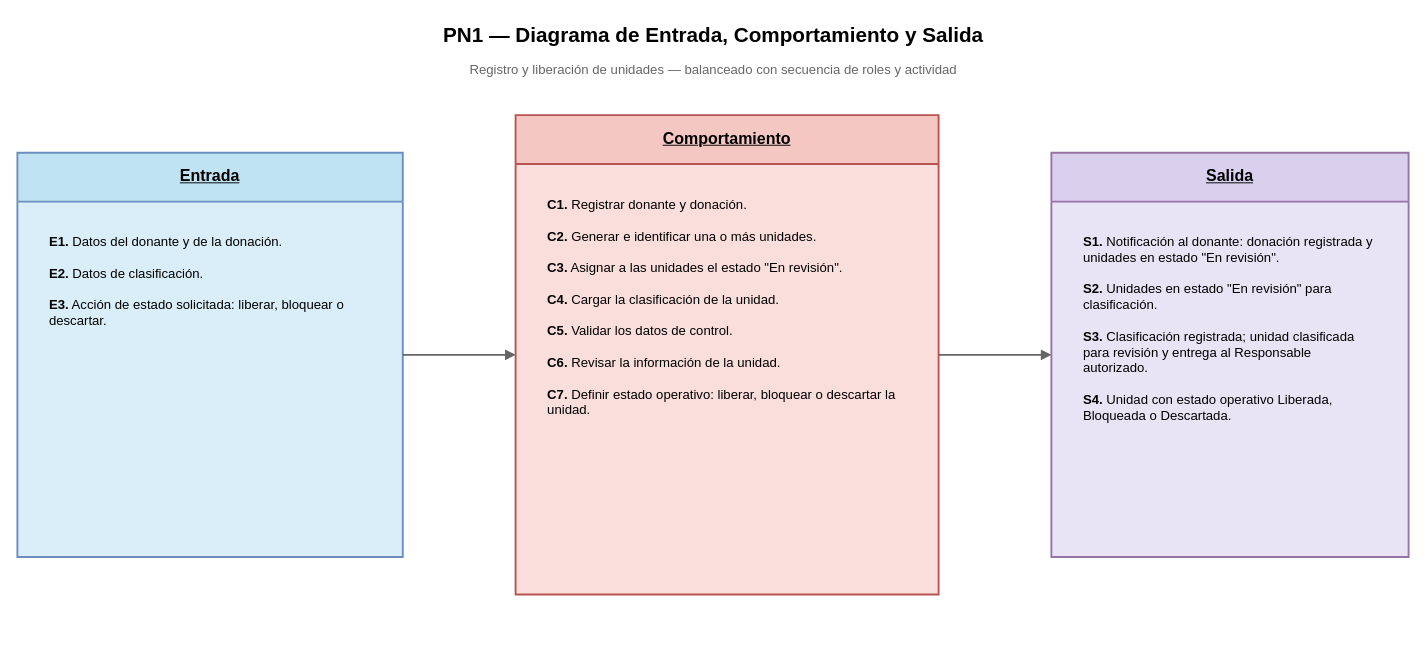
This is Diagramas/Secuencia de Roles/PN1_DiagramaEntradaComportamientoSalida.drawio from juanNH/Ingenieria-de-Software, a draw.io file, before an edit. Source tidied: cells renumbered, new cells numbered last; positions are measured from the earlier drawing's top-left corner, leaving out a move shared by most shapes. Both pictures are drawn from the tidied source at 94%, with x=0, y=0 at pixel (17, 16).
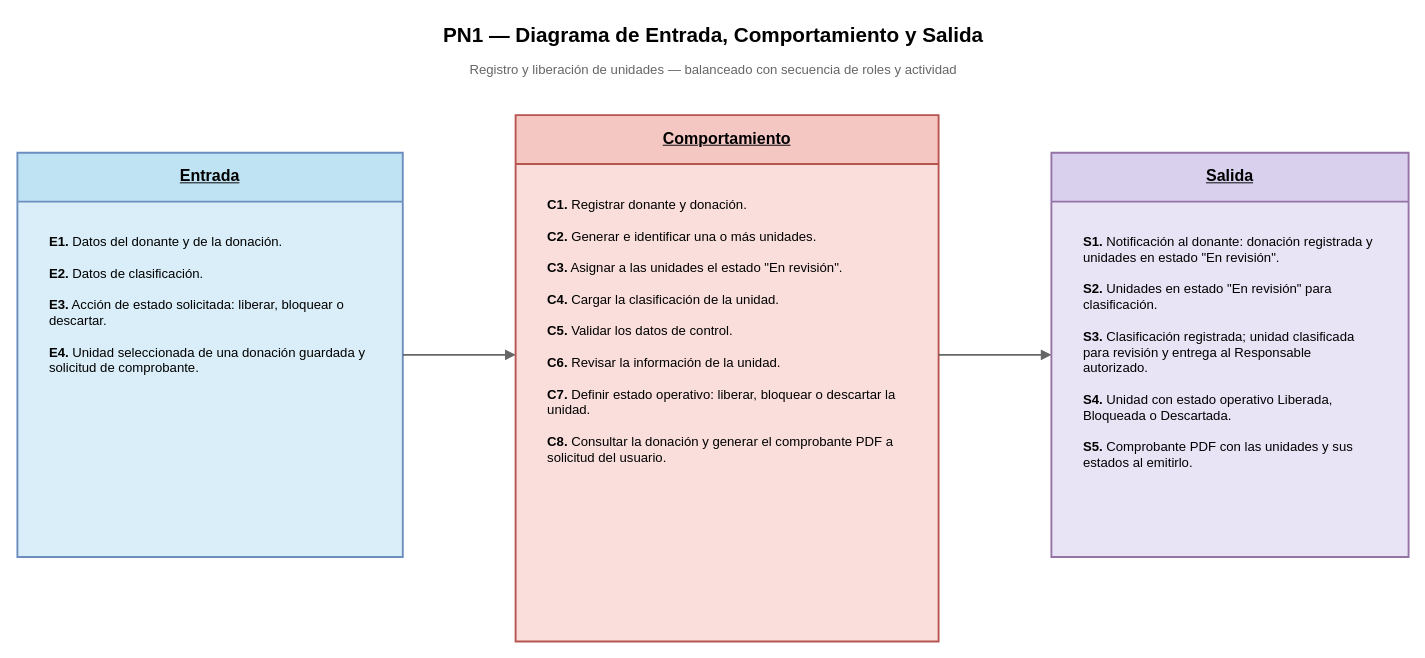
The same page after the edit.

The edit, as a diff of the source:
```diff
@@
 <mxGraphModel>
   <root>
     <mxCell id="0" />
     <mxCell id="1" parent="0" />
     <mxCell id="2" value="PN1 — Diagrama de Entrada, Comportamiento y Salida" style="text;html=1;strokeColor=none;fillColor=none;fontStyle=1;fontSize=22;align=center;verticalAlign=middle;fontFamily=Arial;" parent="1" vertex="1">
       <mxGeometry x="190" width="1100" height="42" as="geometry" />
     </mxCell>
     <mxCell id="3" value="Registro y liberación de unidades — balanceado con secuencia de roles y actividad" style="text;html=1;strokeColor=none;fillColor=none;fontSize=14;align=center;verticalAlign=middle;fontColor=#666666;fontFamily=Arial;" parent="1" vertex="1">
       <mxGeometry x="190" y="43" width="1100" height="28" as="geometry" />
     </mxCell>
     <mxCell id="4" value="&lt;b&gt;&lt;u&gt;Entrada&lt;/u&gt;&lt;/b&gt;" style="swimlane;horizontal=1;startSize=52;whiteSpace=wrap;html=1;rounded=0;fillColor=#bfe3f2;swimlaneFillColor=#d9eef8;strokeColor=#6c8ebf;strokeWidth=2;fontSize=17;fontFamily=Arial;align=center;verticalAlign=middle;" parent="1" vertex="1">
       <mxGeometry y="145" width="410" height="430" as="geometry" />
     </mxCell>
-    <mxCell id="5" value="&lt;b&gt;E1.&lt;/b&gt; Datos del donante y de la donación.&lt;br&gt;&lt;br&gt;&lt;b&gt;E2.&lt;/b&gt; Datos de clasificación.&lt;br&gt;&lt;br&gt;&lt;b&gt;E3.&lt;/b&gt; Acción de estado solicitada: liberar, bloquear o descartar." style="text;html=1;strokeColor=none;fillColor=none;whiteSpace=wrap;fontSize=14;fontFamily=Arial;align=left;verticalAlign=top;spacingLeft=12;spacingRight=12;spacingTop=10;" parent="1" vertex="1">
+    <mxCell id="5" value="&lt;b&gt;E1.&lt;/b&gt; Datos del donante y de la donación.&lt;br&gt;&lt;br&gt;&lt;b&gt;E2.&lt;/b&gt; Datos de clasificación.&lt;br&gt;&lt;br&gt;&lt;b&gt;E3.&lt;/b&gt; Acción de estado solicitada: liberar, bloquear o descartar.&lt;br&gt;&lt;br&gt;&lt;b&gt;E4.&lt;/b&gt; Unidad seleccionada de una donación guardada y solicitud de comprobante." style="text;html=1;strokeColor=none;fillColor=none;whiteSpace=wrap;fontSize=14;fontFamily=Arial;align=left;verticalAlign=top;spacingLeft=12;spacingRight=12;spacingTop=10;" parent="1" vertex="1">
       <mxGeometry x="20" y="215" width="370" height="335" as="geometry" />
     </mxCell>
     <mxCell id="6" value="&lt;b&gt;&lt;u&gt;Comportamiento&lt;/u&gt;&lt;/b&gt;" style="swimlane;horizontal=1;startSize=52;whiteSpace=wrap;html=1;rounded=0;fillColor=#f4c7c3;swimlaneFillColor=#f9dedb;strokeColor=#b85450;strokeWidth=2;fontSize=17;fontFamily=Arial;align=center;verticalAlign=middle;" parent="1" vertex="1">
-      <mxGeometry x="530" y="105" width="450" height="510" as="geometry" />
+      <mxGeometry x="530" y="105" width="450" height="560" as="geometry" />
     </mxCell>
-    <mxCell id="7" value="&lt;b&gt;C1.&lt;/b&gt; Registrar donante y donación.&lt;br&gt;&lt;br&gt;&lt;b&gt;C2.&lt;/b&gt; Generar e identificar una o más unidades.&lt;br&gt;&lt;br&gt;&lt;b&gt;C3.&lt;/b&gt; Asignar a las unidades el estado &amp;quot;En revisión&amp;quot;.&lt;br&gt;&lt;br&gt;&lt;b&gt;C4.&lt;/b&gt; Cargar la clasificación de la unidad.&lt;br&gt;&lt;br&gt;&lt;b&gt;C5.&lt;/b&gt; Validar los datos de control.&lt;br&gt;&lt;br&gt;&lt;b&gt;C6.&lt;/b&gt; Revisar la información de la unidad.&lt;br&gt;&lt;br&gt;&lt;b&gt;C7.&lt;/b&gt; Definir estado operativo: liberar, bloquear o descartar la unidad." style="text;html=1;strokeColor=none;fillColor=none;whiteSpace=wrap;fontSize=14;fontFamily=Arial;align=left;verticalAlign=top;spacingLeft=12;spacingRight=12;spacingTop=10;" parent="1" vertex="1">
-      <mxGeometry x="550" y="175" width="410" height="415" as="geometry" />
+    <mxCell id="7" value="&lt;b&gt;C1.&lt;/b&gt; Registrar donante y donación.&lt;br&gt;&lt;br&gt;&lt;b&gt;C2.&lt;/b&gt; Generar e identificar una o más unidades.&lt;br&gt;&lt;br&gt;&lt;b&gt;C3.&lt;/b&gt; Asignar a las unidades el estado &amp;quot;En revisión&amp;quot;.&lt;br&gt;&lt;br&gt;&lt;b&gt;C4.&lt;/b&gt; Cargar la clasificación de la unidad.&lt;br&gt;&lt;br&gt;&lt;b&gt;C5.&lt;/b&gt; Validar los datos de control.&lt;br&gt;&lt;br&gt;&lt;b&gt;C6.&lt;/b&gt; Revisar la información de la unidad.&lt;br&gt;&lt;br&gt;&lt;b&gt;C7.&lt;/b&gt; Definir estado operativo: liberar, bloquear o descartar la unidad.&lt;br&gt;&lt;br&gt;&lt;b&gt;C8.&lt;/b&gt; Consultar la donación y generar el comprobante PDF a solicitud del usuario." style="text;html=1;strokeColor=none;fillColor=none;whiteSpace=wrap;fontSize=14;fontFamily=Arial;align=left;verticalAlign=top;spacingLeft=12;spacingRight=12;spacingTop=10;" parent="1" vertex="1">
+      <mxGeometry x="550" y="175" width="410" height="490" as="geometry" />
     </mxCell>
     <mxCell id="8" value="&lt;b&gt;&lt;u&gt;Salida&lt;/u&gt;&lt;/b&gt;" style="swimlane;horizontal=1;startSize=52;whiteSpace=wrap;html=1;rounded=0;fillColor=#d8d0ed;swimlaneFillColor=#e9e4f5;strokeColor=#9673a6;strokeWidth=2;fontSize=17;fontFamily=Arial;align=center;verticalAlign=middle;" parent="1" vertex="1">
       <mxGeometry x="1100" y="145" width="380" height="430" as="geometry" />
     </mxCell>
-    <mxCell id="9" value="&lt;b&gt;S1.&lt;/b&gt; Notificación al donante: donación registrada y unidades en estado &amp;quot;En revisión&amp;quot;.&lt;br&gt;&lt;br&gt;&lt;b&gt;S2.&lt;/b&gt; Unidades en estado &amp;quot;En revisión&amp;quot; para clasificación.&lt;br&gt;&lt;br&gt;&lt;b&gt;S3.&lt;/b&gt; Clasificación registrada; unidad clasificada para revisión y entrega al Responsable autorizado.&lt;br&gt;&lt;br&gt;&lt;b&gt;S4.&lt;/b&gt; Unidad con estado operativo Liberada, Bloqueada o Descartada." style="text;html=1;strokeColor=none;fillColor=none;whiteSpace=wrap;fontSize=14;fontFamily=Arial;align=left;verticalAlign=top;spacingLeft=12;spacingRight=12;spacingTop=10;" parent="1" vertex="1">
+    <mxCell id="9" value="&lt;b&gt;S1.&lt;/b&gt; Notificación al donante: donación registrada y unidades en estado &amp;quot;En revisión&amp;quot;.&lt;br&gt;&lt;br&gt;&lt;b&gt;S2.&lt;/b&gt; Unidades en estado &amp;quot;En revisión&amp;quot; para clasificación.&lt;br&gt;&lt;br&gt;&lt;b&gt;S3.&lt;/b&gt; Clasificación registrada; unidad clasificada para revisión y entrega al Responsable autorizado.&lt;br&gt;&lt;br&gt;&lt;b&gt;S4.&lt;/b&gt; Unidad con estado operativo Liberada, Bloqueada o Descartada.&lt;br&gt;&lt;br&gt;&lt;b&gt;S5.&lt;/b&gt; Comprobante PDF con las unidades y sus estados al emitirlo." style="text;html=1;strokeColor=none;fillColor=none;whiteSpace=wrap;fontSize=14;fontFamily=Arial;align=left;verticalAlign=top;spacingLeft=12;spacingRight=12;spacingTop=10;" parent="1" vertex="1">
       <mxGeometry x="1120" y="215" width="340" height="335" as="geometry" />
     </mxCell>
     <mxCell id="10" style="edgeStyle=orthogonalEdgeStyle;rounded=0;html=1;endArrow=block;endFill=1;strokeColor=#666666;strokeWidth=2;" parent="1" edge="1">
       <mxGeometry relative="1" as="geometry">
         <mxPoint x="410" y="360" as="sourcePoint" />
         <mxPoint x="530" y="360" as="targetPoint" />
       </mxGeometry>
     </mxCell>
     <mxCell id="11" style="edgeStyle=orthogonalEdgeStyle;rounded=0;html=1;endArrow=block;endFill=1;strokeColor=#666666;strokeWidth=2;" parent="1" edge="1">
       <mxGeometry relative="1" as="geometry">
         <mxPoint x="980" y="360" as="sourcePoint" />
         <mxPoint x="1100" y="360" as="targetPoint" />
       </mxGeometry>
     </mxCell>
   </root>
 </mxGraphModel>
```
